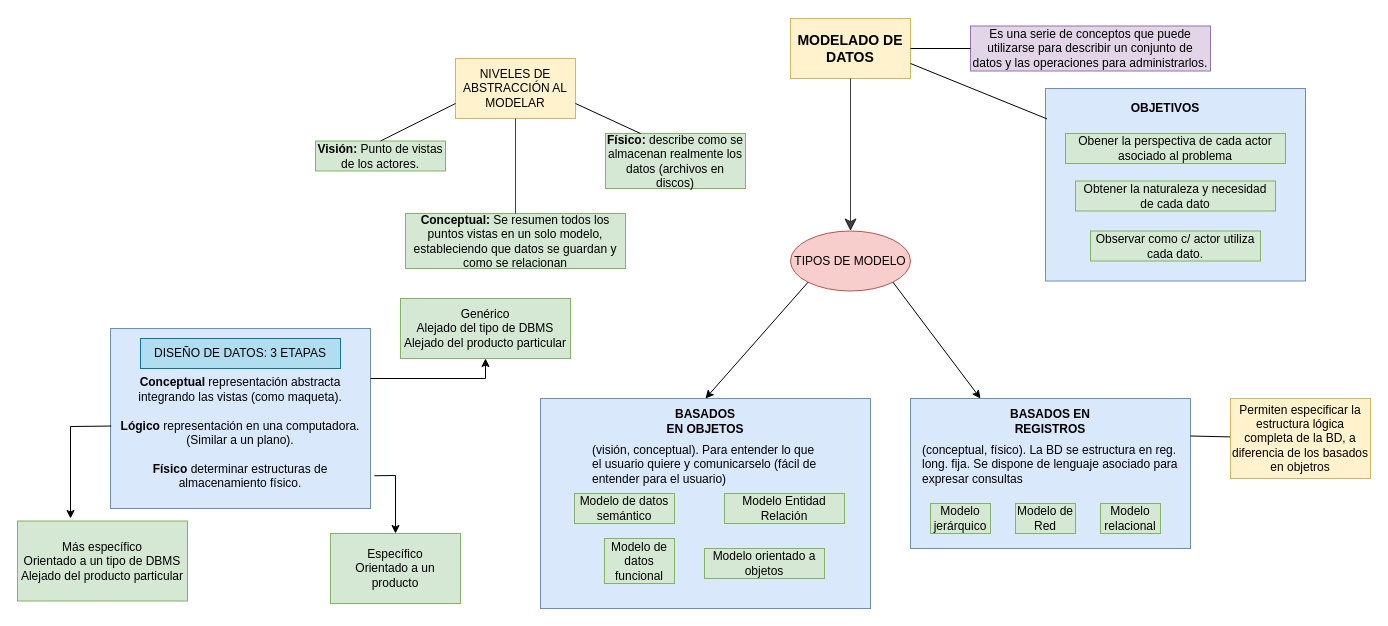
The draw.io diagram page "Modelos de datos" (2 of 6) of Diagrama-resumen.drawio in senras/DBD, before the edit. Source tidied: cells renumbered, new cells numbered last; positions are measured from the earlier drawing's top-left corner, leaving out a move shared by most shapes. Both pictures are drawn from the tidied source at 100%, with x=0, y=0 at pixel (17, 18).
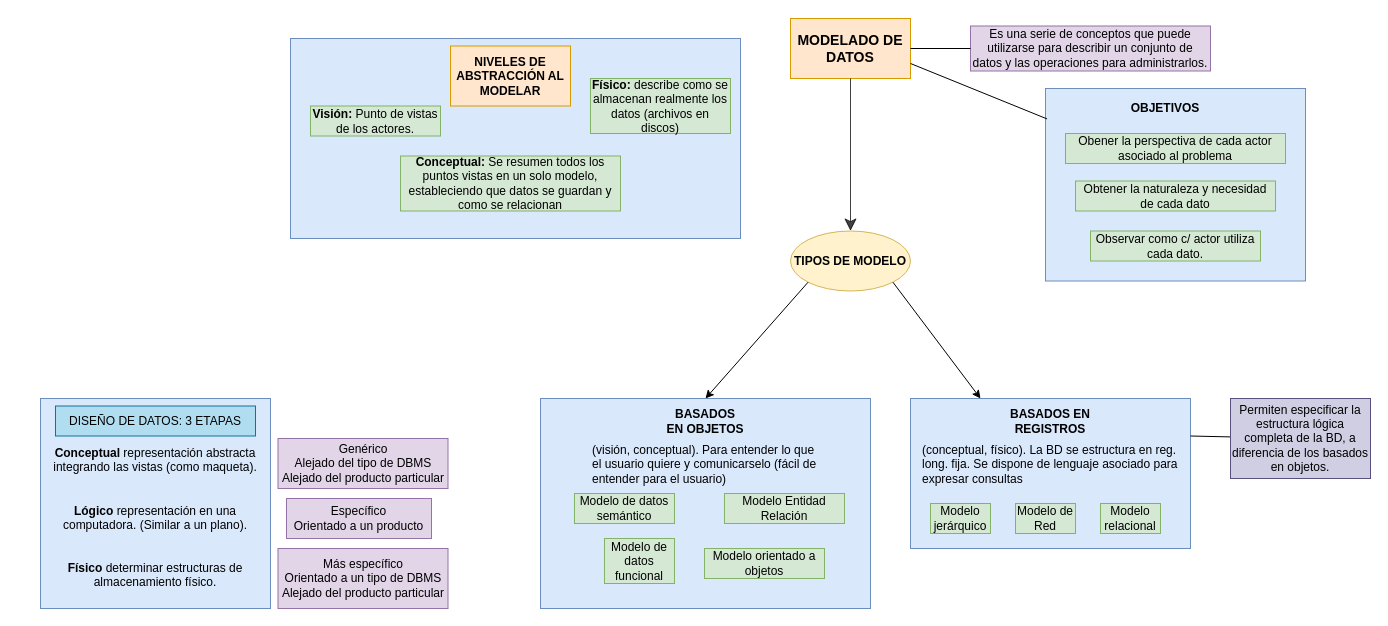
After the change.

Change to the diagram source:
```diff
@@
+    <mxCell id="47" style="rounded=0;whiteSpace=wrap;html=1;fillColor=#dae8fc;strokeColor=#6c8ebf;" parent="1" vertex="1">
+      <mxGeometry x="273" y="20" width="450" height="200" as="geometry" />
+    </mxCell>
@@
-    <mxCell id="5" value="&lt;h3&gt;MODELADO DE DATOS&lt;/h3&gt;" style="rounded=0;whiteSpace=wrap;html=1;fillColor=#fff2cc;strokeColor=#d6b656;" parent="1" vertex="1">
+    <mxCell id="5" value="&lt;h3&gt;MODELADO DE DATOS&lt;/h3&gt;" style="rounded=0;whiteSpace=wrap;html=1;fillColor=#ffe6cc;strokeColor=#d79b00;" parent="1" vertex="1">
       <mxGeometry x="773" width="120" height="60" as="geometry" />
     </mxCell>
-    <mxCell id="6" value="NIVELES DE ABSTRACCIÓN AL MODELAR" style="rounded=0;whiteSpace=wrap;html=1;fillColor=#fff2cc;strokeColor=#d6b656;" parent="1" vertex="1">
-      <mxGeometry x="438" y="40" width="120" height="60" as="geometry" />
+    <mxCell id="6" value="NIVELES DE ABSTRACCIÓN AL MODELAR" style="rounded=0;whiteSpace=wrap;html=1;fillColor=#ffe6cc;strokeColor=#d79b00;fontStyle=1;" parent="1" vertex="1">
+      <mxGeometry x="433" y="27.5" width="120" height="60" as="geometry" />
     </mxCell>
     <mxCell id="7" value="&lt;b&gt;Visión:&lt;/b&gt; Punto de vistas de los actores." style="text;html=1;strokeColor=#82b366;fillColor=#d5e8d4;align=center;verticalAlign=middle;whiteSpace=wrap;rounded=0;" parent="1" vertex="1">
-      <mxGeometry x="298" y="122.5" width="130" height="30" as="geometry" />
+      <mxGeometry x="293" y="87.5" width="130" height="30" as="geometry" />
     </mxCell>
     <mxCell id="8" value="&lt;b&gt;Conceptual:&lt;/b&gt; Se resumen todos los puntos vistas en un solo modelo, estableciendo que datos se guardan y como se relacionan" style="text;html=1;strokeColor=#82b366;fillColor=#d5e8d4;align=center;verticalAlign=middle;whiteSpace=wrap;rounded=0;" parent="1" vertex="1">
-      <mxGeometry x="388" y="195" width="220" height="55" as="geometry" />
+      <mxGeometry x="383" y="137.5" width="220" height="55" as="geometry" />
     </mxCell>
     <mxCell id="9" value="&lt;b&gt;Físico:&lt;/b&gt; describe como se almacenan realmente los datos (archivos en discos)" style="text;html=1;strokeColor=#82b366;fillColor=#d5e8d4;align=center;verticalAlign=middle;whiteSpace=wrap;rounded=0;" parent="1" vertex="1">
-      <mxGeometry x="588" y="115" width="140" height="55" as="geometry" />
+      <mxGeometry x="573" y="60" width="140" height="55" as="geometry" />
     </mxCell>
@@
-    <mxCell id="12" style="endArrow=none;html=1;rounded=0;exitX=0.25;exitY=0;exitDx=0;exitDy=0;entryX=1;entryY=0.75;entryDx=0;entryDy=0;" parent="1" edge="1" source="9" target="6">
-      <mxGeometry relative="1" as="geometry" />
-    </mxCell>
-    <mxCell id="13" style="endArrow=none;html=1;rounded=0;exitX=0.5;exitY=0;exitDx=0;exitDy=0;entryX=0;entryY=0.75;entryDx=0;entryDy=0;" parent="1" edge="1" source="7" target="6">
-      <mxGeometry relative="1" as="geometry" />
-    </mxCell>
-    <mxCell id="14" style="endArrow=none;html=1;rounded=0;shadow=0;sketch=0;startSize=10;endSize=10;strokeColor=default;strokeWidth=1;opacity=75;jumpSize=10;entryX=0.5;entryY=0;entryDx=0;entryDy=0;exitX=0.5;exitY=1;exitDx=0;exitDy=0;" parent="1" edge="1" source="6" target="8">
-      <mxGeometry relative="1" as="geometry" />
-    </mxCell>
-    <mxCell id="15" value="TIPOS DE MODELO" style="ellipse;whiteSpace=wrap;html=1;fillColor=#f8cecc;strokeColor=#b85450;" parent="1" vertex="1">
+    <mxCell id="15" value="TIPOS DE MODELO" style="ellipse;whiteSpace=wrap;html=1;fillColor=#fff2cc;strokeColor=#d6b656;fontStyle=1;" parent="1" vertex="1">
       <mxGeometry x="773" y="212.5" width="120" height="60" as="geometry" />
     </mxCell>
@@
-    <mxCell id="24" value="Permiten especificar la estructura lógica completa de la BD, a diferencia de los basados en objetros" style="text;html=1;strokeColor=#d6b656;fillColor=#fff2cc;align=center;verticalAlign=middle;whiteSpace=wrap;rounded=0;" parent="1" vertex="1">
+    <mxCell id="24" value="Permiten especificar la estructura lógica completa de la BD, a diferencia de los basados en objetos." style="text;html=1;strokeColor=#56517e;fillColor=#d0cee2;align=center;verticalAlign=middle;whiteSpace=wrap;rounded=0;" parent="1" vertex="1">
       <mxGeometry x="1213" y="380" width="140" height="80" as="geometry" />
     </mxCell>
@@
-    <mxCell id="37" value="&lt;div&gt;&lt;b&gt;&lt;br&gt;&lt;/b&gt;&lt;/div&gt;&lt;div&gt;&lt;b&gt;&lt;br&gt;&lt;/b&gt;&lt;/div&gt;&lt;div&gt;&lt;b&gt;&lt;br&gt;&lt;/b&gt;&lt;/div&gt;&lt;div&gt;&lt;b&gt;Conceptual &lt;/b&gt;representación abstracta&lt;/div&gt;&lt;div&gt;integrando las vistas (como maqueta).&lt;/div&gt;&lt;div&gt;&lt;br&gt;&lt;/div&gt;&lt;div&gt;&lt;b&gt;Lógico&amp;nbsp;&lt;/b&gt;representación en una computadora. (Similar a un plano).&lt;/div&gt;&lt;div&gt;&lt;br&gt;&lt;/div&gt;&lt;div&gt;&lt;b&gt;Físico &lt;/b&gt;determinar estructuras de almacenamiento físico.&lt;/div&gt;&lt;div&gt;&lt;br&gt;&lt;/div&gt;" style="rounded=0;whiteSpace=wrap;html=1;fillColor=#dae8fc;strokeColor=#6c8ebf;" parent="1" vertex="1">
-      <mxGeometry x="93" y="310" width="260" height="180" as="geometry" />
+    <mxCell id="37" value="&lt;div&gt;&lt;b&gt;&lt;br&gt;&lt;/b&gt;&lt;/div&gt;&lt;div&gt;&lt;b&gt;&lt;br&gt;&lt;/b&gt;&lt;/div&gt;&lt;div&gt;&lt;b&gt;&lt;br&gt;&lt;/b&gt;&lt;/div&gt;&lt;div&gt;&lt;b&gt;Conceptual &lt;/b&gt;representación abstracta&lt;/div&gt;&lt;div&gt;integrando las vistas (como maqueta).&lt;/div&gt;&lt;div&gt;&lt;br&gt;&lt;/div&gt;&lt;div&gt;&lt;b&gt;&lt;br&gt;&lt;/b&gt;&lt;/div&gt;&lt;div&gt;&lt;b&gt;Lógico&amp;nbsp;&lt;/b&gt;representación en una computadora. (Similar a un plano).&lt;/div&gt;&lt;div&gt;&lt;br&gt;&lt;/div&gt;&lt;div&gt;&lt;b&gt;&lt;br&gt;&lt;/b&gt;&lt;/div&gt;&lt;div&gt;&lt;b&gt;Físico &lt;/b&gt;determinar estructuras de almacenamiento físico.&lt;/div&gt;&lt;div&gt;&lt;br&gt;&lt;/div&gt;" style="rounded=0;whiteSpace=wrap;html=1;fillColor=#dae8fc;strokeColor=#6c8ebf;" parent="1" vertex="1">
+      <mxGeometry x="23" y="380" width="230" height="210" as="geometry" />
     </mxCell>
@@
     <mxCell id="40" value="&lt;div&gt;DISEÑO DE DATOS: 3 ETAPAS&lt;/div&gt;" style="text;html=1;strokeColor=#10739e;fillColor=#b1ddf0;align=center;verticalAlign=middle;whiteSpace=wrap;rounded=0;" parent="1" vertex="1">
-      <mxGeometry x="123" y="320" width="200" height="30" as="geometry" />
+      <mxGeometry x="38" y="387.5" width="200" height="30" as="geometry" />
     </mxCell>
-    <mxCell id="41" value="Genérico&lt;br&gt;Alejado del tipo de DBMS&lt;br&gt;Alejado del producto particular" style="rounded=0;whiteSpace=wrap;html=1;fillColor=#d5e8d4;strokeColor=#82b366;" parent="1" vertex="1">
-      <mxGeometry x="383" y="280" width="170" height="60" as="geometry" />
+    <mxCell id="41" value="Genérico&lt;br&gt;Alejado del tipo de DBMS&lt;br&gt;Alejado del producto particular" style="rounded=0;whiteSpace=wrap;html=1;fillColor=#e1d5e7;strokeColor=#9673a6;" parent="1" vertex="1">
+      <mxGeometry x="260.5" y="420" width="170" height="50" as="geometry" />
     </mxCell>
-    <mxCell id="42" value="Más específico&lt;br&gt;Orientado a un tipo de DBMS&lt;br&gt;Alejado del producto particular" style="rounded=0;whiteSpace=wrap;html=1;fillColor=#d5e8d4;strokeColor=#82b366;" parent="1" vertex="1">
-      <mxGeometry y="502.5" width="170" height="80" as="geometry" />
+    <mxCell id="42" value="Más específico&lt;br&gt;Orientado a un tipo de DBMS&lt;br&gt;Alejado del producto particular" style="rounded=0;whiteSpace=wrap;html=1;fillColor=#e1d5e7;strokeColor=#9673a6;" parent="1" vertex="1">
+      <mxGeometry x="260.5" y="530" width="170" height="60" as="geometry" />
     </mxCell>
-    <mxCell id="43" value="Específico&lt;br&gt;Orientado a un producto" style="rounded=0;whiteSpace=wrap;html=1;fillColor=#d5e8d4;strokeColor=#82b366;" parent="1" vertex="1">
-      <mxGeometry x="313" y="515" width="130" height="70" as="geometry" />
+    <mxCell id="43" value="Específico&lt;br&gt;Orientado a un producto" style="rounded=0;whiteSpace=wrap;html=1;fillColor=#e1d5e7;strokeColor=#9673a6;" parent="1" vertex="1">
+      <mxGeometry x="269" y="480" width="145" height="40" as="geometry" />
     </mxCell>
-    <mxCell id="44" style="endArrow=classic;html=1;rounded=0;entryX=0.5;entryY=1;entryDx=0;entryDy=0;" parent="1" edge="1" target="41">
-      <mxGeometry relative="1" as="geometry">
-        <mxPoint x="353" y="360" as="sourcePoint" />
-        <Array as="points">
-          <mxPoint x="468" y="360" />
-        </Array>
-      </mxGeometry>
-    </mxCell>
-    <mxCell id="45" style="endArrow=classic;html=1;rounded=0;exitX=0.003;exitY=0.542;exitDx=0;exitDy=0;exitPerimeter=0;" parent="1" edge="1" source="37">
-      <mxGeometry relative="1" as="geometry">
-        <mxPoint x="53" y="500" as="targetPoint" />
-        <Array as="points">
-          <mxPoint x="53" y="408" />
-        </Array>
-      </mxGeometry>
-    </mxCell>
-    <mxCell id="46" style="endArrow=classic;html=1;rounded=0;exitX=1.015;exitY=0.818;exitDx=0;exitDy=0;exitPerimeter=0;entryX=0.5;entryY=0;entryDx=0;entryDy=0;" parent="1" edge="1" source="37" target="43">
-      <mxGeometry relative="1" as="geometry">
-        <Array as="points">
-          <mxPoint x="378" y="457" />
-        </Array>
-      </mxGeometry>
-    </mxCell>
```
